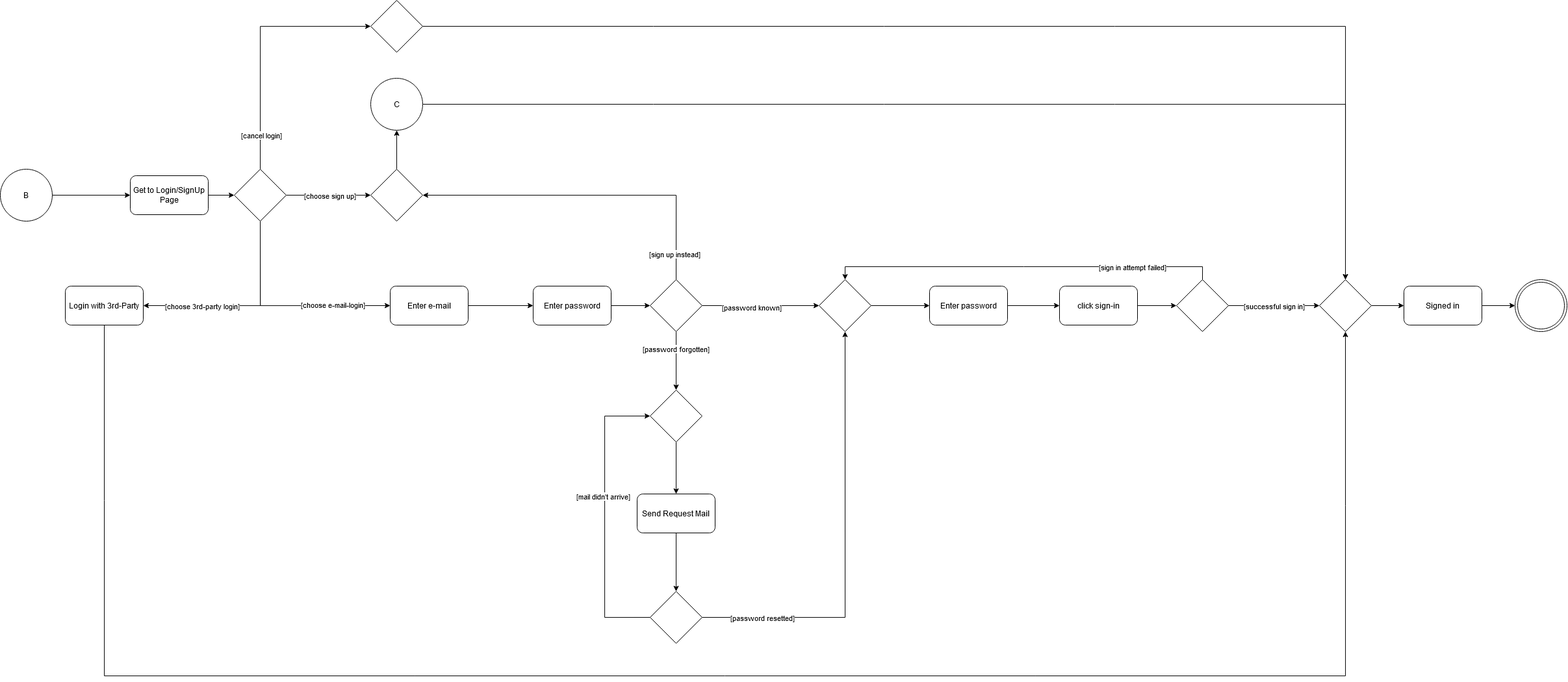
Before: docs/diagrams/UserActivityLogin.drawio.png, a diagram exported from draw.io (SE-TINF22B6/DHBWhub). Source tidied: cells renumbered, new cells last; positions are measured from the earlier drawing's top-left corner, leaving out a move shared by most shapes.
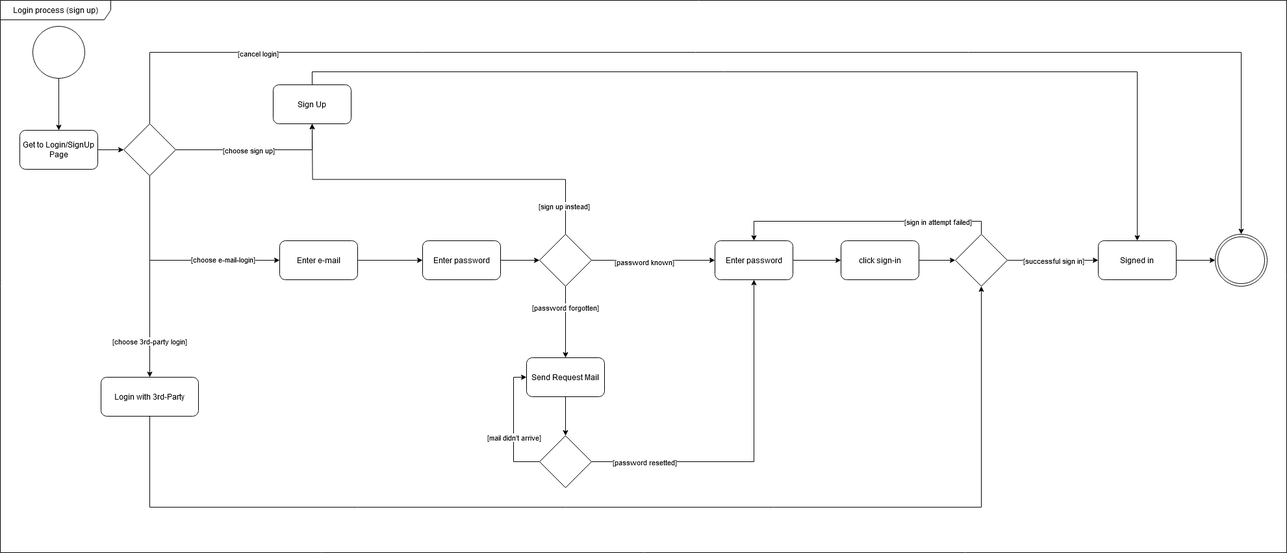
Later version of the same file.

What changed in the source:
```diff
@@ -2,14 +2,18 @@
   <root>
     <mxCell id="0" />
     <mxCell id="1" parent="0" />
-    <mxCell id="2" style="edgeStyle=orthogonalEdgeStyle;rounded=0;jettySize=auto;html=1;exitX=1;exitY=0.5;exitDx=0;exitDy=0;entryX=0;entryY=0.5;entryDx=0;entryDy=0;" parent="1" edge="1" source="3" target="14">
+    <mxCell id="2" style="edgeStyle=orthogonalEdgeStyle;rounded=0;jettySize=auto;html=1;exitX=0.5;exitY=1;exitDx=0;exitDy=0;" parent="1" edge="1" source="3" target="14">
       <mxGeometry relative="1" as="geometry" />
     </mxCell>
-    <mxCell id="3" value="B" style="ellipse;whiteSpace=wrap;html=1;" parent="1" vertex="1">
-      <mxGeometry y="260" width="80" height="80" as="geometry" />
+    <mxCell id="3" style="ellipse;whiteSpace=wrap;html=1;" parent="1" vertex="1">
+      <mxGeometry x="220" y="110" width="80" height="80" as="geometry" />
     </mxCell>
-    <mxCell id="4" style="edgeStyle=orthogonalEdgeStyle;rounded=0;jettySize=auto;html=1;exitX=1;exitY=0.5;exitDx=0;exitDy=0;entryX=0;entryY=0.5;entryDx=0;entryDy=0;" parent="1" edge="1" source="12" target="16">
-      <mxGeometry relative="1" as="geometry" />
+    <mxCell id="4" style="edgeStyle=orthogonalEdgeStyle;rounded=0;jettySize=auto;html=1;exitX=1;exitY=0.5;exitDx=0;exitDy=0;entryX=0.5;entryY=1;entryDx=0;entryDy=0;" parent="1" edge="1" source="12" target="62">
+      <mxGeometry relative="1" as="geometry">
+        <Array as="points">
+          <mxPoint x="650" y="300" />
+        </Array>
+      </mxGeometry>
     </mxCell>
     <mxCell id="5" value="[choose sign up]" style="edgeLabel;html=1;align=center;verticalAlign=middle;" parent="4" vertex="1">
       <mxGeometry x="-0.25" y="-3" relative="1" as="geometry">
@@ -22,20 +26,23 @@
     <mxCell id="7" value="[choose e-mail-login]" style="edgeLabel;html=1;align=center;verticalAlign=middle;" parent="6" vertex="1">
       <mxGeometry x="0.46" y="2" relative="1" as="geometry" />
     </mxCell>
+    <mxCell id="10" style="edgeStyle=orthogonalEdgeStyle;rounded=0;jettySize=auto;html=1;exitX=0.5;exitY=0;exitDx=0;exitDy=0;entryX=0.5;entryY=0;entryDx=0;entryDy=0;" parent="1" edge="1" source="12" target="56">
+      <mxGeometry relative="1" as="geometry">
+        <Array as="points">
+          <mxPoint x="400" y="150" />
+          <mxPoint x="2080" y="150" />
+        </Array>
+      </mxGeometry>
+    </mxCell>
+    <mxCell id="11" value="[cancel login]" style="edgeLabel;html=1;align=center;verticalAlign=middle;" parent="10" vertex="1">
+      <mxGeometry x="-0.73" y="-1" relative="1" as="geometry" />
+    </mxCell>
-    <mxCell id="8" style="edgeStyle=orthogonalEdgeStyle;rounded=0;jettySize=auto;html=1;exitX=0.5;exitY=1;exitDx=0;exitDy=0;entryX=1;entryY=0.5;entryDx=0;entryDy=0;" parent="1" edge="1" source="12" target="22">
+    <mxCell id="8" style="edgeStyle=orthogonalEdgeStyle;rounded=0;jettySize=auto;html=1;entryX=0.5;entryY=0;entryDx=0;entryDy=0;" parent="1" edge="1" source="12" target="22">
       <mxGeometry relative="1" as="geometry" />
     </mxCell>
     <mxCell id="9" value="[choose 3rd-party login]" style="edgeLabel;html=1;align=center;verticalAlign=middle;" parent="8" vertex="1">
-      <mxGeometry x="0.56" y="2" relative="1" as="geometry">
-        <mxPoint x="22" y="-2" as="offset" />
-      </mxGeometry>
+      <mxGeometry x="0.64" y="-1" relative="1" as="geometry" />
     </mxCell>
-    <mxCell id="10" style="edgeStyle=orthogonalEdgeStyle;rounded=0;jettySize=auto;html=1;exitX=0.5;exitY=0;exitDx=0;exitDy=0;entryX=0;entryY=0.5;entryDx=0;entryDy=0;" parent="1" edge="1" source="12" target="58">
-      <mxGeometry relative="1" as="geometry" />
-    </mxCell>
-    <mxCell id="11" value="[cancel login]" style="edgeLabel;html=1;align=center;verticalAlign=middle;" parent="10" vertex="1">
-      <mxGeometry x="-0.73" y="-1" relative="1" as="geometry" />
-    </mxCell>
     <mxCell id="12" style="rhombus;whiteSpace=wrap;html=1;" parent="1" vertex="1">
       <mxGeometry x="360" y="260" width="80" height="80" as="geometry" />
     </mxCell>
@@ -45,48 +52,38 @@
     <mxCell id="14" value="Get to Login/SignUp Page" style="rounded=1;whiteSpace=wrap;html=1;" parent="1" vertex="1">
       <mxGeometry x="200" y="270" width="120" height="60" as="geometry" />
     </mxCell>
-    <mxCell id="15" style="edgeStyle=orthogonalEdgeStyle;rounded=0;jettySize=auto;html=1;exitX=0.5;exitY=0;exitDx=0;exitDy=0;entryX=0.5;entryY=1;entryDx=0;entryDy=0;" parent="1" edge="1" source="16" target="18">
-      <mxGeometry relative="1" as="geometry" />
-    </mxCell>
-    <mxCell id="16" style="rhombus;whiteSpace=wrap;html=1;" parent="1" vertex="1">
-      <mxGeometry x="570" y="260" width="80" height="80" as="geometry" />
-    </mxCell>
-    <mxCell id="17" style="edgeStyle=orthogonalEdgeStyle;rounded=0;jettySize=auto;html=1;exitX=1;exitY=0.5;exitDx=0;exitDy=0;entryX=0.5;entryY=0;entryDx=0;entryDy=0;" parent="1" edge="1" source="18" target="53">
-      <mxGeometry relative="1" as="geometry" />
-    </mxCell>
-    <mxCell id="18" value="C" style="ellipse;whiteSpace=wrap;html=1;" parent="1" vertex="1">
-      <mxGeometry x="570" y="120" width="80" height="80" as="geometry" />
-    </mxCell>
     <mxCell id="19" style="edgeStyle=orthogonalEdgeStyle;rounded=0;jettySize=auto;html=1;exitX=1;exitY=0.5;exitDx=0;exitDy=0;entryX=0;entryY=0.5;entryDx=0;entryDy=0;" parent="1" edge="1" source="20" target="31">
       <mxGeometry relative="1" as="geometry" />
     </mxCell>
     <mxCell id="20" value="Enter e-mail" style="rounded=1;whiteSpace=wrap;html=1;" parent="1" vertex="1">
       <mxGeometry x="600" y="440" width="120" height="60" as="geometry" />
     </mxCell>
-    <mxCell id="21" style="edgeStyle=orthogonalEdgeStyle;rounded=0;jettySize=auto;html=1;exitX=0.5;exitY=1;exitDx=0;exitDy=0;entryX=0.5;entryY=1;entryDx=0;entryDy=0;" parent="1" edge="1" source="22" target="53">
-      <mxGeometry relative="1" as="geometry">
-        <Array as="points">
-          <mxPoint x="160" y="1040" />
-          <mxPoint x="2070" y="1040" />
-        </Array>
-      </mxGeometry>
-    </mxCell>
+    <mxCell id="59" style="edgeStyle=orthogonalEdgeStyle;rounded=0;jettySize=auto;html=1;exitX=0.5;exitY=1;exitDx=0;exitDy=0;entryX=0.5;entryY=1;entryDx=0;entryDy=0;" parent="1" edge="1" source="22" target="51">
+      <mxGeometry relative="1" as="geometry">
+        <Array as="points">
+          <mxPoint x="400" y="850" />
+          <mxPoint x="1680" y="850" />
+        </Array>
+      </mxGeometry>
+    </mxCell>
     <mxCell id="22" value="Login with 3rd-Party" style="rounded=1;whiteSpace=wrap;html=1;" parent="1" vertex="1">
-      <mxGeometry x="100" y="440" width="120" height="60" as="geometry" />
+      <mxGeometry x="325" y="650" width="150" height="60" as="geometry" />
     </mxCell>
-    <mxCell id="23" style="edgeStyle=orthogonalEdgeStyle;rounded=0;jettySize=auto;html=1;exitX=0.5;exitY=0;exitDx=0;exitDy=0;entryX=1;entryY=0.5;entryDx=0;entryDy=0;" parent="1" edge="1" source="29" target="16">
-      <mxGeometry relative="1" as="geometry" />
+    <mxCell id="23" style="edgeStyle=orthogonalEdgeStyle;rounded=0;jettySize=auto;html=1;exitX=0.5;exitY=0;exitDx=0;exitDy=0;" parent="1" edge="1" source="29">
+      <mxGeometry relative="1" as="geometry">
+        <mxPoint x="650" y="260" as="targetPoint" />
+      </mxGeometry>
     </mxCell>
     <mxCell id="24" value="[sign up instead]" style="edgeLabel;html=1;align=center;verticalAlign=middle;" parent="23" vertex="1">
       <mxGeometry x="-0.84" y="3" relative="1" as="geometry" />
     </mxCell>
-    <mxCell id="25" style="edgeStyle=orthogonalEdgeStyle;rounded=0;jettySize=auto;html=1;exitX=0.5;exitY=1;exitDx=0;exitDy=0;entryX=0.5;entryY=0;entryDx=0;entryDy=0;" parent="1" edge="1" source="29" target="33">
+    <mxCell id="25" style="edgeStyle=orthogonalEdgeStyle;rounded=0;jettySize=auto;html=1;exitX=0.5;exitY=1;exitDx=0;exitDy=0;entryX=0.5;entryY=0;entryDx=0;entryDy=0;" parent="1" edge="1" source="29" target="35">
       <mxGeometry relative="1" as="geometry" />
     </mxCell>
     <mxCell id="26" value="[password forgotten]" style="edgeLabel;html=1;align=center;verticalAlign=middle;" parent="25" vertex="1">
       <mxGeometry x="-0.42" y="-1" relative="1" as="geometry" />
     </mxCell>
-    <mxCell id="27" style="edgeStyle=orthogonalEdgeStyle;rounded=0;jettySize=auto;html=1;exitX=1;exitY=0.5;exitDx=0;exitDy=0;entryX=0;entryY=0.5;entryDx=0;entryDy=0;" parent="1" edge="1" source="29" target="42">
+    <mxCell id="27" style="edgeStyle=orthogonalEdgeStyle;rounded=0;jettySize=auto;html=1;exitX=1;exitY=0.5;exitDx=0;exitDy=0;entryX=0;entryY=0.5;entryDx=0;entryDy=0;" parent="1" edge="1" source="29" target="44">
       <mxGeometry relative="1" as="geometry" />
     </mxCell>
     <mxCell id="28" value="[password known]" style="edgeLabel;html=1;align=center;verticalAlign=middle;" parent="27" vertex="1">
@@ -101,30 +98,13 @@
     <mxCell id="31" value="Enter password" style="rounded=1;whiteSpace=wrap;html=1;" parent="1" vertex="1">
       <mxGeometry x="820" y="440" width="120" height="60" as="geometry" />
     </mxCell>
-    <mxCell id="32" style="edgeStyle=orthogonalEdgeStyle;rounded=0;jettySize=auto;html=1;exitX=0.5;exitY=1;exitDx=0;exitDy=0;entryX=0.5;entryY=0;entryDx=0;entryDy=0;" parent="1" edge="1" source="33" target="35">
-      <mxGeometry relative="1" as="geometry" />
-    </mxCell>
-    <mxCell id="33" style="rhombus;whiteSpace=wrap;html=1;" parent="1" vertex="1">
-      <mxGeometry x="1000" y="600" width="80" height="80" as="geometry" />
-    </mxCell>
     <mxCell id="34" style="edgeStyle=orthogonalEdgeStyle;rounded=0;jettySize=auto;html=1;exitX=0.5;exitY=1;exitDx=0;exitDy=0;entryX=0.5;entryY=0;entryDx=0;entryDy=0;" parent="1" edge="1" source="35" target="40">
       <mxGeometry relative="1" as="geometry" />
     </mxCell>
     <mxCell id="35" value="Send Request Mail" style="rounded=1;whiteSpace=wrap;html=1;" parent="1" vertex="1">
-      <mxGeometry x="980" y="760" width="120" height="60" as="geometry" />
+      <mxGeometry x="980" y="620" width="120" height="60" as="geometry" />
     </mxCell>
-    <mxCell id="36" style="edgeStyle=orthogonalEdgeStyle;rounded=0;jettySize=auto;html=1;exitX=0;exitY=0.5;exitDx=0;exitDy=0;entryX=0;entryY=0.5;entryDx=0;entryDy=0;" parent="1" edge="1" source="40" target="33">
-      <mxGeometry relative="1" as="geometry">
-        <Array as="points">
-          <mxPoint x="930" y="950" />
-          <mxPoint x="930" y="640" />
-        </Array>
-      </mxGeometry>
-    </mxCell>
-    <mxCell id="37" value="[mail didn't arrive]" style="edgeLabel;html=1;align=center;verticalAlign=middle;" parent="36" vertex="1">
-      <mxGeometry x="0.14" y="3" relative="1" as="geometry" />
-    </mxCell>
-    <mxCell id="38" style="edgeStyle=orthogonalEdgeStyle;rounded=0;jettySize=auto;html=1;exitX=1;exitY=0.5;exitDx=0;exitDy=0;entryX=0.5;entryY=1;entryDx=0;entryDy=0;" parent="1" edge="1" source="40" target="42">
+    <mxCell id="38" style="edgeStyle=orthogonalEdgeStyle;rounded=0;jettySize=auto;html=1;exitX=1;exitY=0.5;exitDx=0;exitDy=0;entryX=0.5;entryY=1;entryDx=0;entryDy=0;" parent="1" edge="1" source="40" target="44">
       <mxGeometry relative="1" as="geometry" />
     </mxCell>
     <mxCell id="39" value="[password resetted]" style="edgeLabel;html=1;align=center;verticalAlign=middle;" parent="38" vertex="1">
@@ -132,34 +112,34 @@
         <mxPoint x="35" y="2" as="offset" />
       </mxGeometry>
     </mxCell>
+    <mxCell id="60" style="edgeStyle=orthogonalEdgeStyle;rounded=0;jettySize=auto;html=1;exitX=0;exitY=0.5;exitDx=0;exitDy=0;entryX=0;entryY=0.5;entryDx=0;entryDy=0;" parent="1" edge="1" source="40" target="35">
+      <mxGeometry relative="1" as="geometry" />
+    </mxCell>
+    <mxCell id="37" value="[mail didn't arrive]" style="edgeLabel;html=1;align=center;verticalAlign=middle;" parent="60" vertex="1">
+      <mxGeometry x="-0.18" relative="1" as="geometry" />
+    </mxCell>
     <mxCell id="40" style="rhombus;whiteSpace=wrap;html=1;" parent="1" vertex="1">
-      <mxGeometry x="1000" y="910" width="80" height="80" as="geometry" />
+      <mxGeometry x="1000" y="740" width="80" height="80" as="geometry" />
     </mxCell>
-    <mxCell id="41" style="edgeStyle=orthogonalEdgeStyle;rounded=0;jettySize=auto;html=1;exitX=1;exitY=0.5;exitDx=0;exitDy=0;entryX=0;entryY=0.5;entryDx=0;entryDy=0;" parent="1" edge="1" source="42" target="44">
-      <mxGeometry relative="1" as="geometry" />
-    </mxCell>
-    <mxCell id="42" style="rhombus;whiteSpace=wrap;html=1;" parent="1" vertex="1">
-      <mxGeometry x="1260" y="430" width="80" height="80" as="geometry" />
-    </mxCell>
     <mxCell id="43" style="edgeStyle=orthogonalEdgeStyle;rounded=0;jettySize=auto;html=1;exitX=1;exitY=0.5;exitDx=0;exitDy=0;entryX=0;entryY=0.5;entryDx=0;entryDy=0;" parent="1" edge="1" source="44" target="46">
       <mxGeometry relative="1" as="geometry" />
     </mxCell>
     <mxCell id="44" value="Enter password" style="rounded=1;whiteSpace=wrap;html=1;" parent="1" vertex="1">
-      <mxGeometry x="1430" y="440" width="120" height="60" as="geometry" />
+      <mxGeometry x="1270" y="440" width="120" height="60" as="geometry" />
     </mxCell>
     <mxCell id="45" style="edgeStyle=orthogonalEdgeStyle;rounded=0;jettySize=auto;html=1;exitX=1;exitY=0.5;exitDx=0;exitDy=0;entryX=0;entryY=0.5;entryDx=0;entryDy=0;" parent="1" edge="1" source="46" target="51">
       <mxGeometry relative="1" as="geometry" />
     </mxCell>
     <mxCell id="46" value="click sign-in" style="rounded=1;whiteSpace=wrap;html=1;" parent="1" vertex="1">
-      <mxGeometry x="1630" y="440" width="120" height="60" as="geometry" />
+      <mxGeometry x="1464" y="440" width="120" height="60" as="geometry" />
     </mxCell>
-    <mxCell id="47" style="edgeStyle=orthogonalEdgeStyle;rounded=0;jettySize=auto;html=1;exitX=0.5;exitY=0;exitDx=0;exitDy=0;entryX=0.5;entryY=0;entryDx=0;entryDy=0;" parent="1" edge="1" source="51" target="42">
+    <mxCell id="47" style="edgeStyle=orthogonalEdgeStyle;rounded=0;jettySize=auto;html=1;exitX=0.5;exitY=0;exitDx=0;exitDy=0;entryX=0.5;entryY=0;entryDx=0;entryDy=0;" parent="1" edge="1" source="51" target="44">
       <mxGeometry relative="1" as="geometry" />
     </mxCell>
     <mxCell id="48" value="[sign in attempt failed]" style="edgeLabel;html=1;align=center;verticalAlign=middle;" parent="47" vertex="1">
       <mxGeometry x="-0.56" relative="1" as="geometry" />
     </mxCell>
-    <mxCell id="49" style="edgeStyle=orthogonalEdgeStyle;rounded=0;jettySize=auto;html=1;exitX=1;exitY=0.5;exitDx=0;exitDy=0;entryX=0;entryY=0.5;entryDx=0;entryDy=0;" parent="1" edge="1" source="51" target="53">
+    <mxCell id="49" style="edgeStyle=orthogonalEdgeStyle;rounded=0;jettySize=auto;html=1;exitX=1;exitY=0.5;exitDx=0;exitDy=0;" parent="1" edge="1" source="51" target="55">
       <mxGeometry relative="1" as="geometry" />
     </mxCell>
     <mxCell id="50" value="[successful sign in]" style="edgeLabel;html=1;align=center;verticalAlign=middle;" parent="49" vertex="1">
@@ -168,28 +148,25 @@
       </mxGeometry>
     </mxCell>
     <mxCell id="51" style="rhombus;whiteSpace=wrap;html=1;" parent="1" vertex="1">
-      <mxGeometry x="1810" y="430" width="80" height="80" as="geometry" />
+      <mxGeometry x="1640" y="430" width="80" height="80" as="geometry" />
     </mxCell>
-    <mxCell id="52" style="edgeStyle=orthogonalEdgeStyle;rounded=0;jettySize=auto;html=1;exitX=1;exitY=0.5;exitDx=0;exitDy=0;entryX=0;entryY=0.5;entryDx=0;entryDy=0;" parent="1" edge="1" source="53" target="55">
-      <mxGeometry relative="1" as="geometry" />
-    </mxCell>
-    <mxCell id="53" style="rhombus;whiteSpace=wrap;html=1;" parent="1" vertex="1">
-      <mxGeometry x="2030" y="430" width="80" height="80" as="geometry" />
-    </mxCell>
     <mxCell id="54" style="edgeStyle=orthogonalEdgeStyle;rounded=0;jettySize=auto;html=1;exitX=1;exitY=0.5;exitDx=0;exitDy=0;entryX=0;entryY=0.5;entryDx=0;entryDy=0;" parent="1" edge="1" source="55" target="56">
       <mxGeometry relative="1" as="geometry" />
     </mxCell>
     <mxCell id="55" value="Signed in" style="rounded=1;whiteSpace=wrap;html=1;" parent="1" vertex="1">
-      <mxGeometry x="2160" y="440" width="120" height="60" as="geometry" />
+      <mxGeometry x="1860" y="440" width="120" height="60" as="geometry" />
     </mxCell>
     <mxCell id="56" style="ellipse;shape=doubleEllipse;whiteSpace=wrap;html=1;" parent="1" vertex="1">
-      <mxGeometry x="2331" y="430" width="80" height="80" as="geometry" />
+      <mxGeometry x="2040" y="430" width="80" height="80" as="geometry" />
     </mxCell>
-    <mxCell id="57" style="edgeStyle=orthogonalEdgeStyle;rounded=0;jettySize=auto;html=1;exitX=1;exitY=0.5;exitDx=0;exitDy=0;entryX=0.5;entryY=0;entryDx=0;entryDy=0;" parent="1" edge="1" source="58" target="53">
-      <mxGeometry relative="1" as="geometry" />
-    </mxCell>
-    <mxCell id="58" style="rhombus;whiteSpace=wrap;html=1;" parent="1" vertex="1">
-      <mxGeometry x="570" width="80" height="80" as="geometry" />
-    </mxCell>
+    <mxCell id="61" style="edgeStyle=orthogonalEdgeStyle;rounded=0;jettySize=auto;html=1;exitX=0.5;exitY=0;exitDx=0;exitDy=0;" parent="1" edge="1" source="62" target="55">
+      <mxGeometry relative="1" as="geometry" />
+    </mxCell>
+    <mxCell id="62" value="Sign Up" style="rounded=1;whiteSpace=wrap;html=1;" parent="1" vertex="1">
+      <mxGeometry x="590" y="200" width="120" height="60" as="geometry" />
+    </mxCell>
+    <mxCell id="63" value="Login process (sign up)" style="shape=umlFrame;whiteSpace=wrap;html=1;width=170;height=30;" parent="1" vertex="1">
+      <mxGeometry x="170" y="70" width="1980" height="850" as="geometry" />
+    </mxCell>
   </root>
 </mxGraphModel>
```
